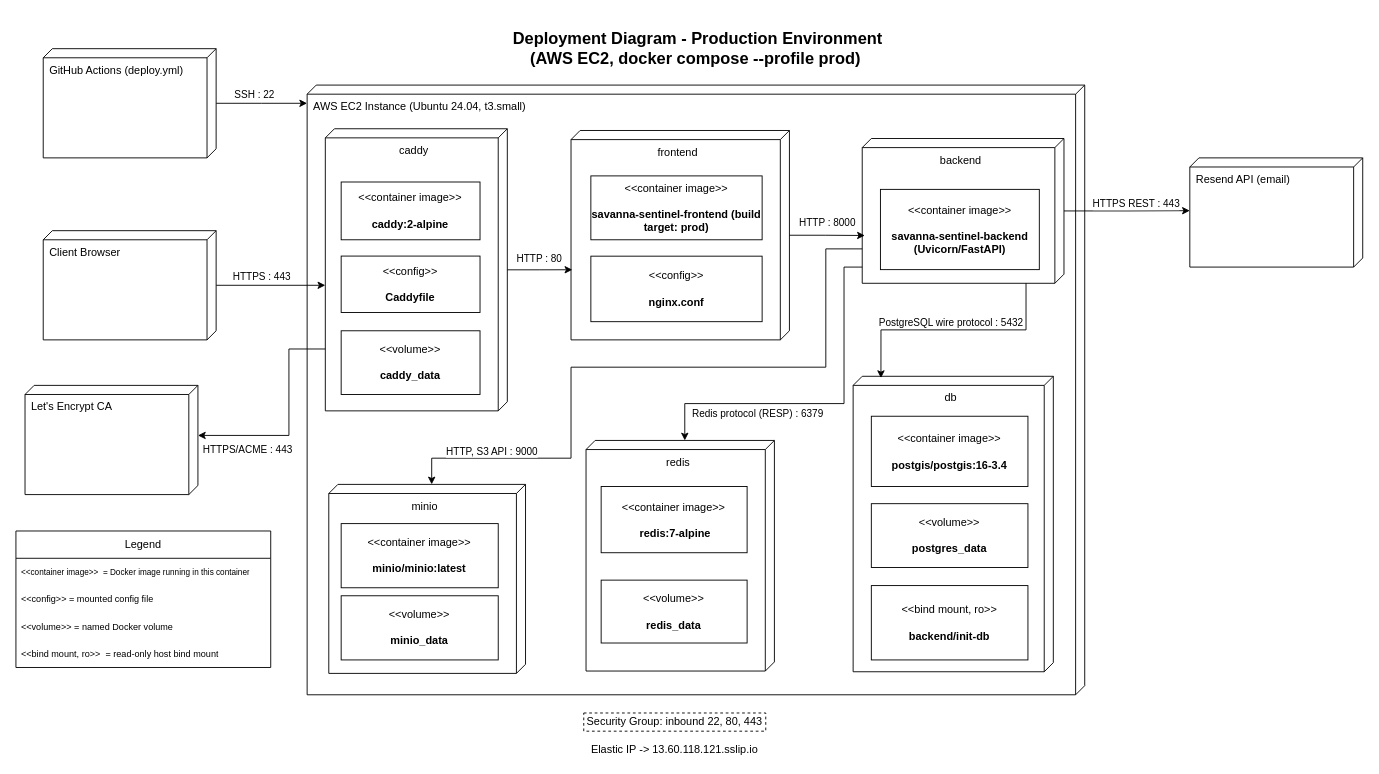
The draw.io diagram page "Production" (1 of 2) of docs/demo2/deployment/deployment_diagram.drawio in COS301-SE-2026/Savanna-Sentinel, before the edit. Source tidied: cells renumbered, new cells numbered last; positions are measured from the earlier drawing's top-left corner, leaving out a move shared by most shapes. Both pictures are drawn from the tidied source at 91%, with x=0, y=0 at pixel (15, 21).
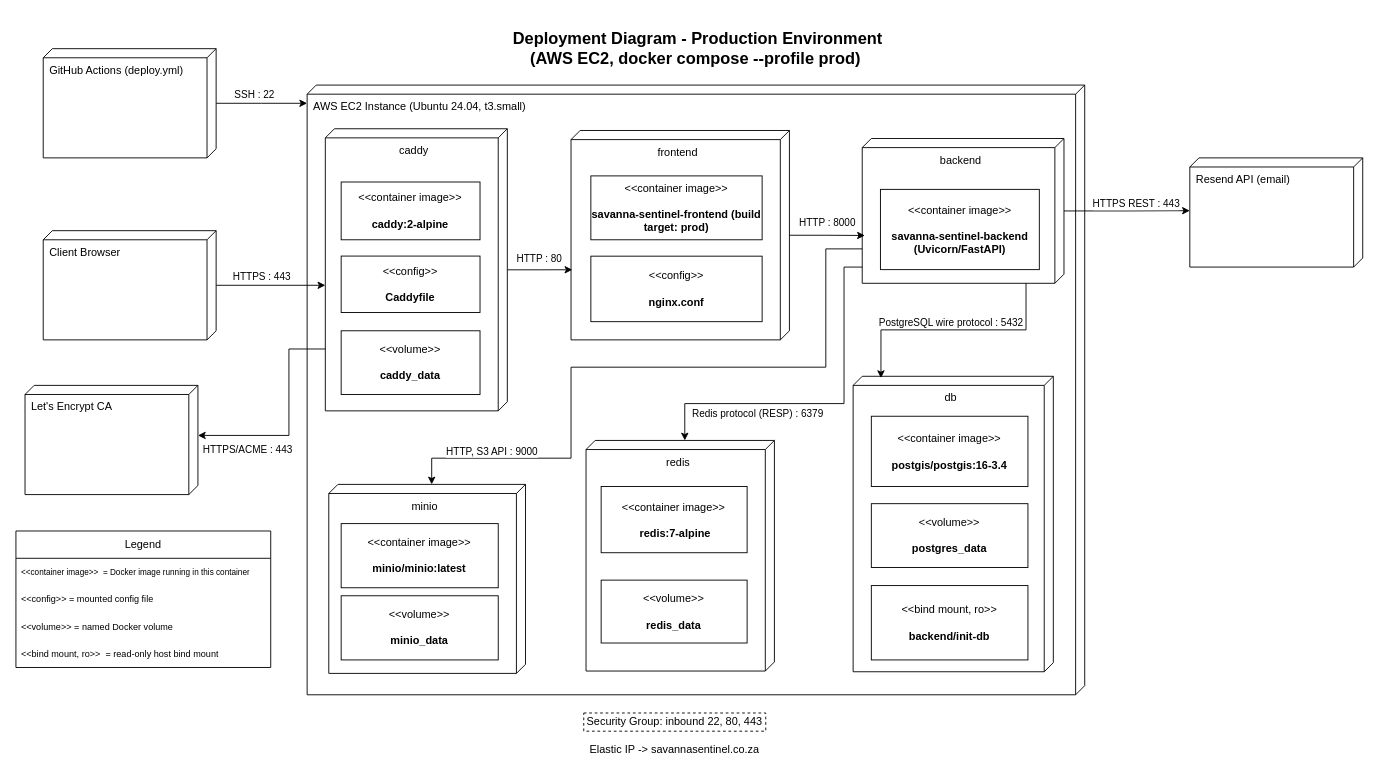
The same page after the edit.

Commit message (it also covers changes not shown here):
update all deployment related docs to updated website link

Diff of the diagram source:
```diff
@@
-    <mxCell id="34" value="Elastic IP -&amp;gt; 13.60.118.121.sslip.io" style="text;html=1;whiteSpace=wrap;strokeColor=none;fillColor=none;align=center;verticalAlign=middle;rounded=0;dashed=1;" parent="1" vertex="1">
+    <mxCell id="34" value="Elastic IP -&amp;gt;&amp;nbsp;savannasentinel.co.za" style="text;html=1;whiteSpace=wrap;strokeColor=none;fillColor=none;align=center;verticalAlign=middle;rounded=0;dashed=1;" parent="1" vertex="1">
       <mxGeometry x="624" y="790" width="200" height="20" as="geometry" />
     </mxCell>
```
